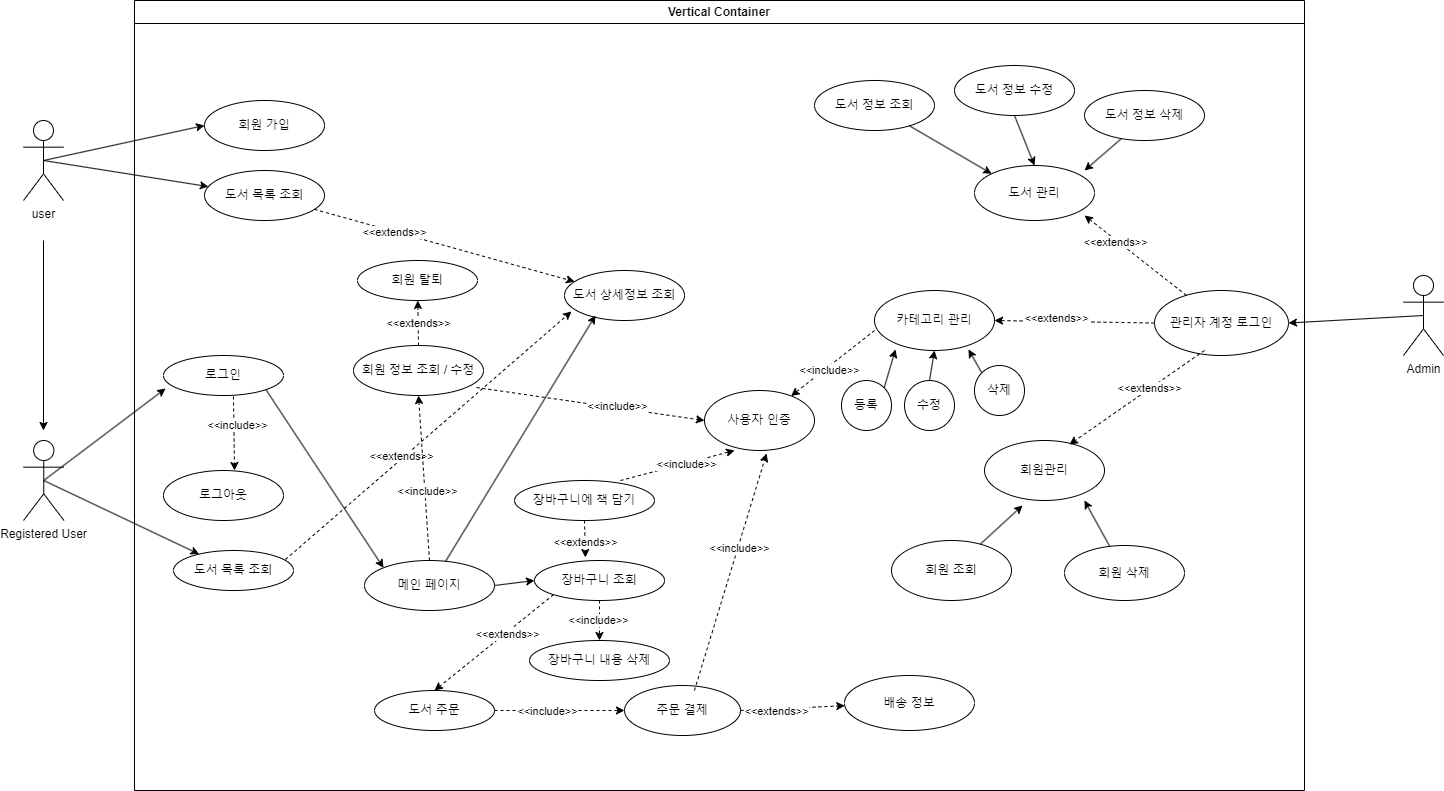
This is src/온라인 서점 use-case2.png from junHyeokP/BookMarket, a draw.io export, as it was before one commit. Source tidied: cells renumbered, new cells last; positions are measured from the earlier drawing's top-left corner, leaving out a move shared by most shapes.
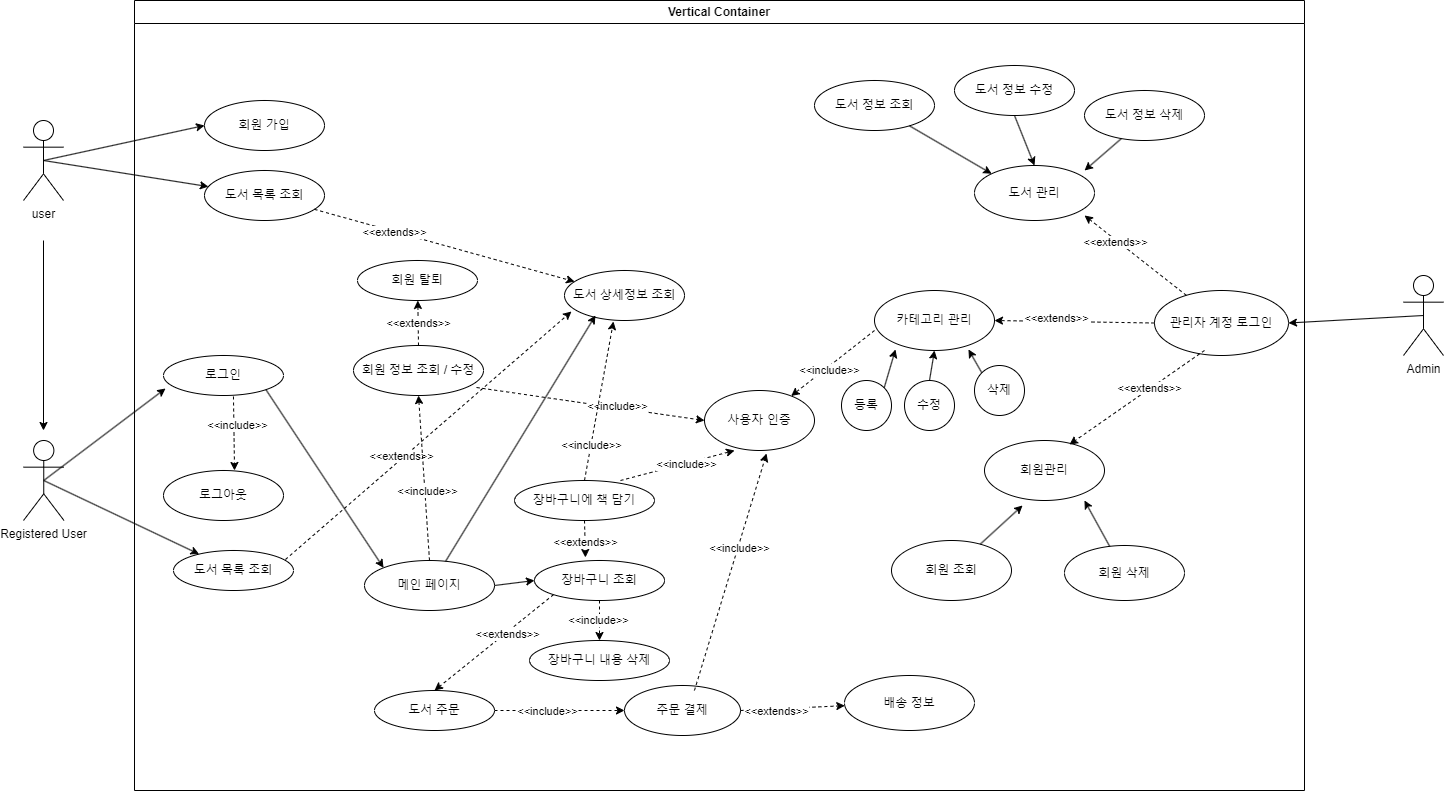
The same file after the commit.

Commit message:
온라인 서점 use-case2.png 업데이트

Diff of the diagram source:
```diff
@@ -236,6 +236,14 @@
     <mxCell id="79" style="endArrow=classic;html=1;rounded=0;exitX=1;exitY=0.5;exitDx=0;exitDy=0;entryX=0;entryY=0.5;entryDx=0;entryDy=0;" parent="6" edge="1" source="22" target="78">
       <mxGeometry relative="1" as="geometry" />
     </mxCell>
+    <mxCell id="85" style="endArrow=classic;html=1;rounded=0;exitX=0.5;exitY=0;exitDx=0;exitDy=0;entryX=0.408;entryY=1.02;entryDx=0;entryDy=0;entryPerimeter=0;dashed=1;" parent="6" edge="1" source="17" target="16">
+      <mxGeometry relative="1" as="geometry" />
+    </mxCell>
+    <mxCell id="86" value="&amp;lt;&amp;lt;include&amp;gt;&amp;gt;" style="edgeLabel;html=1;align=center;verticalAlign=middle;" parent="85" vertex="1">
+      <mxGeometry x="-0.55" y="1" relative="1" as="geometry">
+        <mxPoint x="1" as="offset" />
+      </mxGeometry>
+    </mxCell>
     <mxCell id="80" value="Registered User" style="shape=umlActor;verticalLabelPosition=bottom;verticalAlign=top;html=1;outlineConnect=0;" parent="1" vertex="1">
       <mxGeometry y="440" width="40.5" height="80" as="geometry" />
     </mxCell>
```
